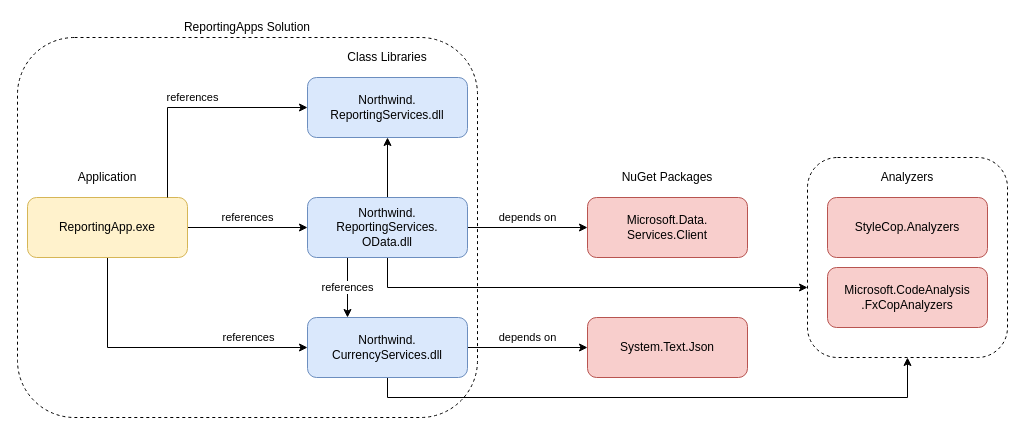
Before: page "Northwind.ReportingServices" (3 of 8) of module03/module03.drawio in epam-dotnet-lab/northwind-apps, a draw.io diagram. Source tidied: cells renumbered, new cells numbered last; positions are measured from the earlier drawing's top-left corner, leaving out a move shared by most shapes. Both pictures are drawn from the tidied source at 100%, with x=0, y=0 at pixel (17, 17).
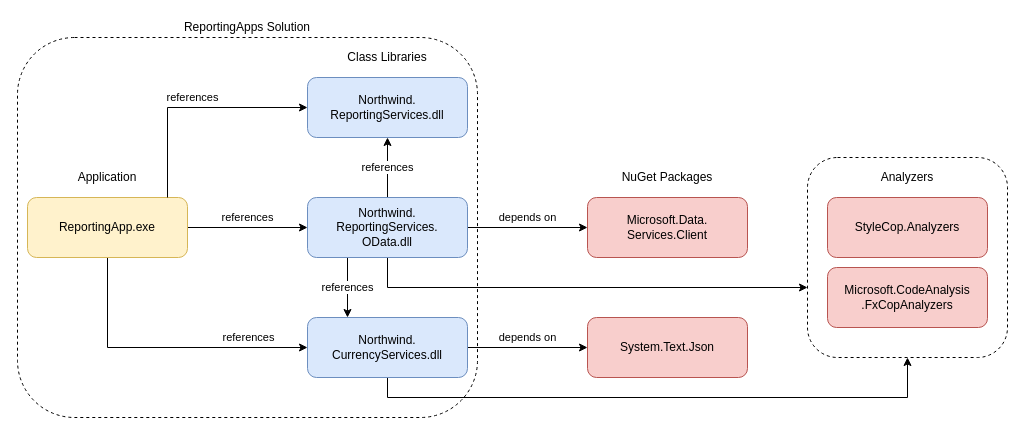
After the change.

Unchanged cells that the change refers to:
```xml
<mxCell id="10" value="Northwind.&lt;br&gt;ReportingServices.&lt;br&gt;OData.dll" style="rounded=1;whiteSpace=wrap;html=1;fillColor=#dae8fc;strokeColor=#6c8ebf;" parent="1" vertex="1">
  <mxGeometry x="290" y="180" width="160" height="60" as="geometry" />
</mxCell>
<mxCell id="24" value="Northwind.&lt;br&gt;ReportingServices.dll" style="rounded=1;whiteSpace=wrap;html=1;fillColor=#dae8fc;strokeColor=#6c8ebf;" parent="1" vertex="1">
  <mxGeometry x="290" y="60" width="160" height="60" as="geometry" />
</mxCell>
```

The edit, as a diff of the source:
```diff
@@
-    <mxCell id="9" style="edgeStyle=orthogonalEdgeStyle;rounded=0;jettySize=auto;html=1;" parent="1" edge="1" source="10" target="24">
+    <mxCell id="9" value="references" style="edgeStyle=orthogonalEdgeStyle;rounded=0;jettySize=auto;html=1;" parent="1" edge="1" source="10" target="24">
       <mxGeometry relative="1" as="geometry" />
     </mxCell>
```
